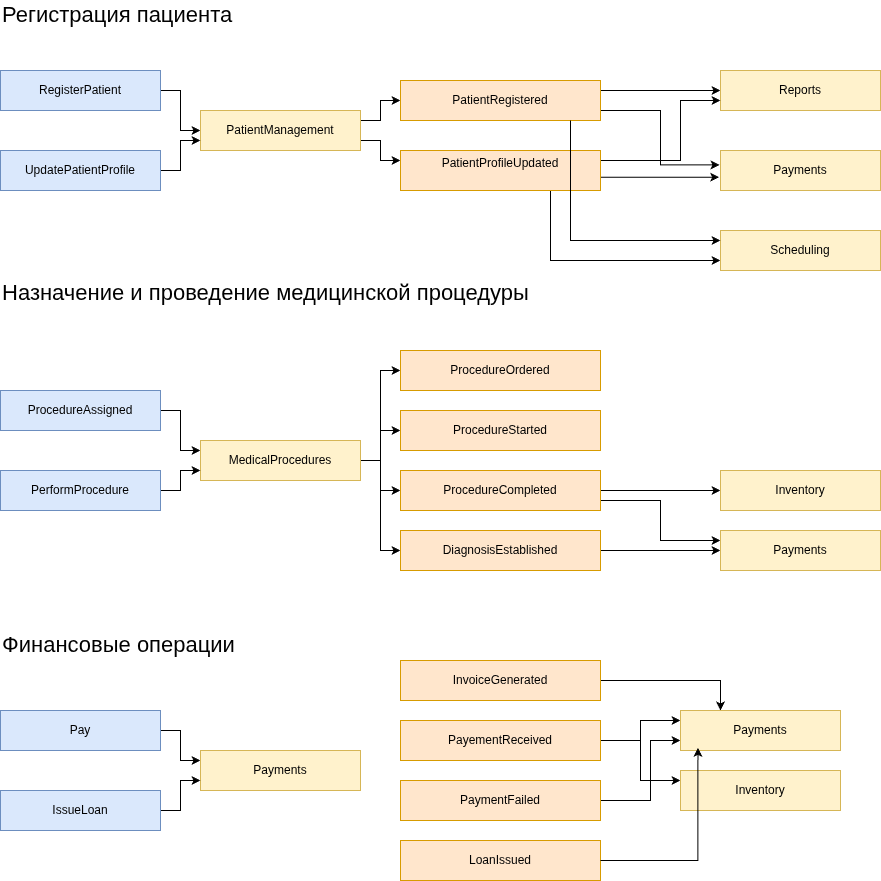
This is Task4Advanced/events.png from dbushenko/architecture-future_2_0, a draw.io export, as it was before one commit. Source tidied: cells renumbered, new cells last; positions are measured from the earlier drawing's top-left corner, leaving out a move shared by most shapes. The source it was exported from:
```xml
<mxGraphModel>
  <root>
    <mxCell id="0" />
    <mxCell id="1" parent="0" />
    <mxCell id="2" value="Регистрация пациента" style="text;html=1;whiteSpace=wrap;strokeColor=none;fillColor=none;align=left;verticalAlign=middle;rounded=0;fontSize=22;" parent="1" vertex="1">
      <mxGeometry width="330" height="30" as="geometry" />
    </mxCell>
    <mxCell id="3" style="edgeStyle=orthogonalEdgeStyle;rounded=0;jettySize=auto;html=1;entryX=0;entryY=0.5;entryDx=0;entryDy=0;" parent="1" edge="1" source="4" target="7">
      <mxGeometry relative="1" as="geometry" />
    </mxCell>
    <mxCell id="4" value="RegisterPatient" style="rounded=0;whiteSpace=wrap;html=1;fillColor=#dae8fc;strokeColor=#6c8ebf;" parent="1" vertex="1">
      <mxGeometry y="70" width="160" height="40" as="geometry" />
    </mxCell>
    <mxCell id="5" style="edgeStyle=orthogonalEdgeStyle;rounded=0;jettySize=auto;html=1;" parent="1" edge="1" source="7" target="10">
      <mxGeometry relative="1" as="geometry">
        <Array as="points">
          <mxPoint x="380" y="120" />
          <mxPoint x="380" y="100" />
        </Array>
      </mxGeometry>
    </mxCell>
    <mxCell id="6" style="edgeStyle=orthogonalEdgeStyle;rounded=0;jettySize=auto;html=1;entryX=0;entryY=0.25;entryDx=0;entryDy=0;" parent="1" edge="1" source="7" target="18">
      <mxGeometry relative="1" as="geometry">
        <Array as="points">
          <mxPoint x="380" y="140" />
          <mxPoint x="380" y="160" />
        </Array>
      </mxGeometry>
    </mxCell>
    <mxCell id="7" value="PatientManagement" style="rounded=0;whiteSpace=wrap;html=1;fillColor=#fff2cc;strokeColor=#d6b656;" parent="1" vertex="1">
      <mxGeometry x="200" y="110" width="160" height="40" as="geometry" />
    </mxCell>
    <mxCell id="8" style="edgeStyle=orthogonalEdgeStyle;rounded=0;jettySize=auto;html=1;entryX=0;entryY=0.5;entryDx=0;entryDy=0;" parent="1" edge="1" source="10" target="11">
      <mxGeometry relative="1" as="geometry">
        <Array as="points">
          <mxPoint x="690" y="90" />
          <mxPoint x="690" y="90" />
        </Array>
      </mxGeometry>
    </mxCell>
    <mxCell id="9" style="edgeStyle=orthogonalEdgeStyle;rounded=0;jettySize=auto;html=1;entryX=-0.006;entryY=0.36;entryDx=0;entryDy=0;entryPerimeter=0;" parent="1" edge="1" source="10" target="12">
      <mxGeometry relative="1" as="geometry">
        <Array as="points">
          <mxPoint x="660" y="110" />
          <mxPoint x="660" y="164" />
          <mxPoint x="719" y="164" />
        </Array>
      </mxGeometry>
    </mxCell>
    <mxCell id="10" value="PatientRegistered" style="rounded=0;whiteSpace=wrap;html=1;fillColor=#ffe6cc;strokeColor=#d79b00;" parent="1" vertex="1">
      <mxGeometry x="400" y="80" width="200" height="40" as="geometry" />
    </mxCell>
    <mxCell id="11" value="Reports" style="rounded=0;whiteSpace=wrap;html=1;fillColor=#fff2cc;strokeColor=#d6b656;" parent="1" vertex="1">
      <mxGeometry x="720" y="70" width="160" height="40" as="geometry" />
    </mxCell>
    <mxCell id="12" value="Payments" style="rounded=0;whiteSpace=wrap;html=1;fillColor=#fff2cc;strokeColor=#d6b656;" parent="1" vertex="1">
      <mxGeometry x="720" y="150" width="160" height="40" as="geometry" />
    </mxCell>
    <mxCell id="13" style="edgeStyle=orthogonalEdgeStyle;rounded=0;jettySize=auto;html=1;entryX=0;entryY=0.75;entryDx=0;entryDy=0;" parent="1" edge="1" source="14" target="7">
      <mxGeometry relative="1" as="geometry" />
    </mxCell>
    <mxCell id="14" value="UpdatePatientProfile" style="rounded=0;whiteSpace=wrap;html=1;fillColor=#dae8fc;strokeColor=#6c8ebf;" parent="1" vertex="1">
      <mxGeometry y="150" width="160" height="40" as="geometry" />
    </mxCell>
    <mxCell id="15" style="edgeStyle=orthogonalEdgeStyle;rounded=0;jettySize=auto;html=1;entryX=0;entryY=0.75;entryDx=0;entryDy=0;" parent="1" edge="1" source="18" target="11">
      <mxGeometry relative="1" as="geometry">
        <Array as="points">
          <mxPoint x="680" y="160" />
          <mxPoint x="680" y="100" />
        </Array>
      </mxGeometry>
    </mxCell>
    <mxCell id="16" style="edgeStyle=orthogonalEdgeStyle;rounded=0;jettySize=auto;html=1;entryX=-0.008;entryY=0.668;entryDx=0;entryDy=0;entryPerimeter=0;" parent="1" edge="1" source="18" target="12">
      <mxGeometry relative="1" as="geometry">
        <Array as="points">
          <mxPoint x="660" y="177" />
        </Array>
      </mxGeometry>
    </mxCell>
    <mxCell id="17" style="edgeStyle=orthogonalEdgeStyle;rounded=0;jettySize=auto;html=1;entryX=0;entryY=0.75;entryDx=0;entryDy=0;" parent="1" edge="1" source="18" target="27">
      <mxGeometry relative="1" as="geometry">
        <Array as="points">
          <mxPoint x="550" y="260" />
        </Array>
      </mxGeometry>
    </mxCell>
    <mxCell id="18" value="PatientProfileUpdated&lt;div&gt;&lt;br&gt;&lt;/div&gt;" style="rounded=0;whiteSpace=wrap;html=1;fillColor=#ffe6cc;strokeColor=#d79b00;" parent="1" vertex="1">
      <mxGeometry x="400" y="150" width="200" height="40" as="geometry" />
    </mxCell>
    <mxCell id="19" value="Назначение и проведение медицинской процедуры" style="text;html=1;whiteSpace=wrap;strokeColor=none;fillColor=none;align=left;verticalAlign=middle;rounded=0;fontSize=22;" parent="1" vertex="1">
      <mxGeometry y="278" width="540" height="30" as="geometry" />
    </mxCell>
    <mxCell id="20" style="edgeStyle=orthogonalEdgeStyle;rounded=0;jettySize=auto;html=1;entryX=0;entryY=0.25;entryDx=0;entryDy=0;" parent="1" edge="1" source="21" target="26">
      <mxGeometry relative="1" as="geometry" />
    </mxCell>
    <mxCell id="21" value="ProcedureAssigned" style="rounded=0;whiteSpace=wrap;html=1;fillColor=#dae8fc;strokeColor=#6c8ebf;" parent="1" vertex="1">
      <mxGeometry y="390" width="160" height="40" as="geometry" />
    </mxCell>
    <mxCell id="22" style="edgeStyle=orthogonalEdgeStyle;rounded=0;jettySize=auto;html=1;entryX=0;entryY=0.5;entryDx=0;entryDy=0;" parent="1" edge="1" source="26" target="29">
      <mxGeometry relative="1" as="geometry" />
    </mxCell>
    <mxCell id="23" style="edgeStyle=orthogonalEdgeStyle;rounded=0;jettySize=auto;html=1;entryX=0;entryY=0.5;entryDx=0;entryDy=0;" parent="1" edge="1" source="26" target="30">
      <mxGeometry relative="1" as="geometry" />
    </mxCell>
    <mxCell id="24" style="edgeStyle=orthogonalEdgeStyle;rounded=0;jettySize=auto;html=1;entryX=0;entryY=0.5;entryDx=0;entryDy=0;" parent="1" edge="1" source="26" target="33">
      <mxGeometry relative="1" as="geometry" />
    </mxCell>
    <mxCell id="25" style="edgeStyle=orthogonalEdgeStyle;rounded=0;jettySize=auto;html=1;entryX=0;entryY=0.5;entryDx=0;entryDy=0;" parent="1" edge="1" source="26" target="35">
      <mxGeometry relative="1" as="geometry" />
    </mxCell>
    <mxCell id="26" value="MedicalProcedures" style="rounded=0;whiteSpace=wrap;html=1;fillColor=#fff2cc;strokeColor=#d6b656;" parent="1" vertex="1">
      <mxGeometry x="200" y="440" width="160" height="40" as="geometry" />
    </mxCell>
    <mxCell id="27" value="Scheduling" style="rounded=0;whiteSpace=wrap;html=1;fillColor=#fff2cc;strokeColor=#d6b656;" parent="1" vertex="1">
      <mxGeometry x="720" y="230" width="160" height="40" as="geometry" />
    </mxCell>
    <mxCell id="28" style="edgeStyle=orthogonalEdgeStyle;rounded=0;jettySize=auto;html=1;entryX=0;entryY=0.25;entryDx=0;entryDy=0;" parent="1" edge="1" source="10" target="27">
      <mxGeometry relative="1" as="geometry">
        <Array as="points">
          <mxPoint x="570" y="240" />
        </Array>
      </mxGeometry>
    </mxCell>
    <mxCell id="29" value="ProcedureOrdered" style="rounded=0;whiteSpace=wrap;html=1;fillColor=#ffe6cc;strokeColor=#d79b00;" parent="1" vertex="1">
      <mxGeometry x="400" y="350" width="200" height="40" as="geometry" />
    </mxCell>
    <mxCell id="30" value="ProcedureStarted" style="rounded=0;whiteSpace=wrap;html=1;fillColor=#ffe6cc;strokeColor=#d79b00;" parent="1" vertex="1">
      <mxGeometry x="400" y="410" width="200" height="40" as="geometry" />
    </mxCell>
    <mxCell id="31" style="edgeStyle=orthogonalEdgeStyle;rounded=0;jettySize=auto;html=1;" parent="1" edge="1" source="33" target="39">
      <mxGeometry relative="1" as="geometry" />
    </mxCell>
    <mxCell id="32" style="edgeStyle=orthogonalEdgeStyle;rounded=0;jettySize=auto;html=1;entryX=0;entryY=0.25;entryDx=0;entryDy=0;" parent="1" edge="1" source="33" target="38">
      <mxGeometry relative="1" as="geometry">
        <Array as="points">
          <mxPoint x="660" y="500" />
          <mxPoint x="660" y="540" />
        </Array>
      </mxGeometry>
    </mxCell>
    <mxCell id="33" value="ProcedureCompleted" style="rounded=0;whiteSpace=wrap;html=1;fillColor=#ffe6cc;strokeColor=#d79b00;" parent="1" vertex="1">
      <mxGeometry x="400" y="470" width="200" height="40" as="geometry" />
    </mxCell>
    <mxCell id="34" style="edgeStyle=orthogonalEdgeStyle;rounded=0;jettySize=auto;html=1;entryX=0;entryY=0.5;entryDx=0;entryDy=0;" parent="1" edge="1" source="35" target="38">
      <mxGeometry relative="1" as="geometry" />
    </mxCell>
    <mxCell id="35" value="DiagnosisEstablished" style="rounded=0;whiteSpace=wrap;html=1;fillColor=#ffe6cc;strokeColor=#d79b00;" parent="1" vertex="1">
      <mxGeometry x="400" y="530" width="200" height="40" as="geometry" />
    </mxCell>
    <mxCell id="36" style="edgeStyle=orthogonalEdgeStyle;rounded=0;jettySize=auto;html=1;entryX=0;entryY=0.75;entryDx=0;entryDy=0;" parent="1" edge="1" source="37" target="26">
      <mxGeometry relative="1" as="geometry" />
    </mxCell>
    <mxCell id="37" value="PerformProcedure" style="rounded=0;whiteSpace=wrap;html=1;fillColor=#dae8fc;strokeColor=#6c8ebf;" parent="1" vertex="1">
      <mxGeometry y="470" width="160" height="40" as="geometry" />
    </mxCell>
    <mxCell id="38" value="Payments" style="rounded=0;whiteSpace=wrap;html=1;fillColor=#fff2cc;strokeColor=#d6b656;" parent="1" vertex="1">
      <mxGeometry x="720" y="530" width="160" height="40" as="geometry" />
    </mxCell>
    <mxCell id="39" value="Inventory" style="rounded=0;whiteSpace=wrap;html=1;fillColor=#fff2cc;strokeColor=#d6b656;" parent="1" vertex="1">
      <mxGeometry x="720" y="470" width="160" height="40" as="geometry" />
    </mxCell>
    <mxCell id="40" value="Финансовые операции" style="text;html=1;whiteSpace=wrap;strokeColor=none;fillColor=none;align=left;verticalAlign=middle;rounded=0;fontSize=22;" parent="1" vertex="1">
      <mxGeometry y="630" width="270" height="30" as="geometry" />
    </mxCell>
    <mxCell id="41" style="edgeStyle=orthogonalEdgeStyle;rounded=0;jettySize=auto;html=1;entryX=0;entryY=0.25;entryDx=0;entryDy=0;" parent="1" edge="1" source="42" target="43">
      <mxGeometry relative="1" as="geometry" />
    </mxCell>
    <mxCell id="42" value="Pay" style="rounded=0;whiteSpace=wrap;html=1;fillColor=#dae8fc;strokeColor=#6c8ebf;" parent="1" vertex="1">
      <mxGeometry y="710" width="160" height="40" as="geometry" />
    </mxCell>
    <mxCell id="43" value="Payments" style="rounded=0;whiteSpace=wrap;html=1;fillColor=#fff2cc;strokeColor=#d6b656;" parent="1" vertex="1">
      <mxGeometry x="200" y="750" width="160" height="40" as="geometry" />
    </mxCell>
    <mxCell id="44" style="edgeStyle=orthogonalEdgeStyle;rounded=0;jettySize=auto;html=1;entryX=0;entryY=0.75;entryDx=0;entryDy=0;" parent="1" edge="1" source="45" target="43">
      <mxGeometry relative="1" as="geometry" />
    </mxCell>
    <mxCell id="45" value="IssueLoan" style="rounded=0;whiteSpace=wrap;html=1;fillColor=#dae8fc;strokeColor=#6c8ebf;" parent="1" vertex="1">
      <mxGeometry y="790" width="160" height="40" as="geometry" />
    </mxCell>
    <mxCell id="46" style="edgeStyle=orthogonalEdgeStyle;rounded=0;jettySize=auto;html=1;entryX=0.25;entryY=0;entryDx=0;entryDy=0;" parent="1" edge="1" source="47" target="54">
      <mxGeometry relative="1" as="geometry" />
    </mxCell>
    <mxCell id="47" value="InvoiceGenerated" style="rounded=0;whiteSpace=wrap;html=1;fillColor=#ffe6cc;strokeColor=#d79b00;" parent="1" vertex="1">
      <mxGeometry x="400" y="660" width="200" height="40" as="geometry" />
    </mxCell>
    <mxCell id="48" style="edgeStyle=orthogonalEdgeStyle;rounded=0;jettySize=auto;html=1;entryX=0;entryY=0.25;entryDx=0;entryDy=0;" parent="1" edge="1" source="50" target="54">
      <mxGeometry relative="1" as="geometry" />
    </mxCell>
    <mxCell id="49" style="edgeStyle=orthogonalEdgeStyle;rounded=0;jettySize=auto;html=1;entryX=0;entryY=0.25;entryDx=0;entryDy=0;" parent="1" edge="1" source="50" target="55">
      <mxGeometry relative="1" as="geometry" />
    </mxCell>
    <mxCell id="50" value="PayementReceived" style="rounded=0;whiteSpace=wrap;html=1;fillColor=#ffe6cc;strokeColor=#d79b00;" parent="1" vertex="1">
      <mxGeometry x="400" y="720" width="200" height="40" as="geometry" />
    </mxCell>
    <mxCell id="51" style="edgeStyle=orthogonalEdgeStyle;rounded=0;jettySize=auto;html=1;entryX=0;entryY=0.75;entryDx=0;entryDy=0;" parent="1" edge="1" source="52" target="54">
      <mxGeometry relative="1" as="geometry">
        <Array as="points">
          <mxPoint x="650" y="800" />
          <mxPoint x="650" y="740" />
        </Array>
      </mxGeometry>
    </mxCell>
    <mxCell id="52" value="PaymentFailed" style="rounded=0;whiteSpace=wrap;html=1;fillColor=#ffe6cc;strokeColor=#d79b00;" parent="1" vertex="1">
      <mxGeometry x="400" y="780" width="200" height="40" as="geometry" />
    </mxCell>
    <mxCell id="53" value="LoanIssued" style="rounded=0;whiteSpace=wrap;html=1;fillColor=#ffe6cc;strokeColor=#d79b00;" parent="1" vertex="1">
      <mxGeometry x="400" y="840" width="200" height="40" as="geometry" />
    </mxCell>
    <mxCell id="54" value="Payments" style="rounded=0;whiteSpace=wrap;html=1;fillColor=#fff2cc;strokeColor=#d6b656;" parent="1" vertex="1">
      <mxGeometry x="680" y="710" width="160" height="40" as="geometry" />
    </mxCell>
    <mxCell id="55" value="Inventory" style="rounded=0;whiteSpace=wrap;html=1;fillColor=#fff2cc;strokeColor=#d6b656;" parent="1" vertex="1">
      <mxGeometry x="680" y="770" width="160" height="40" as="geometry" />
    </mxCell>
    <mxCell id="56" style="edgeStyle=orthogonalEdgeStyle;rounded=0;jettySize=auto;html=1;entryX=0.109;entryY=0.932;entryDx=0;entryDy=0;entryPerimeter=0;" parent="1" edge="1" source="53" target="54">
      <mxGeometry relative="1" as="geometry" />
    </mxCell>
  </root>
</mxGraphModel>
```
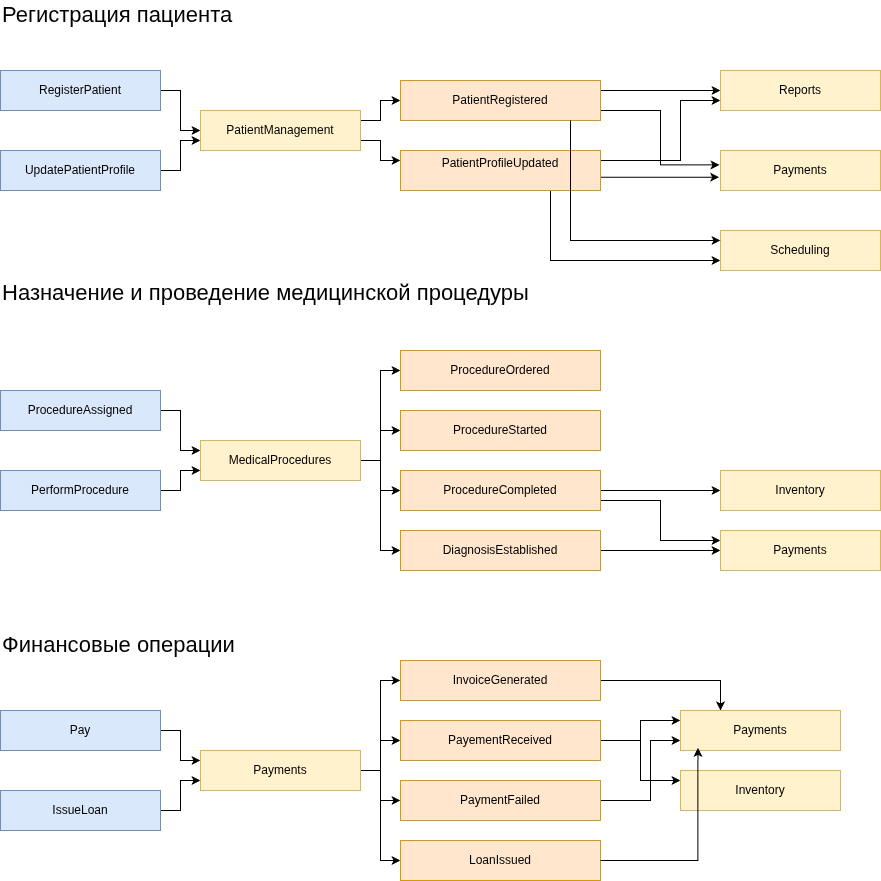
The same file after the commit.

Commit message:
updated events diagram

Change to the diagram source:
```diff
@@ -168,6 +168,18 @@
     <mxCell id="42" value="Pay" style="rounded=0;whiteSpace=wrap;html=1;fillColor=#dae8fc;strokeColor=#6c8ebf;" parent="1" vertex="1">
       <mxGeometry y="710" width="160" height="40" as="geometry" />
     </mxCell>
+    <mxCell id="57" style="edgeStyle=orthogonalEdgeStyle;rounded=0;jettySize=auto;html=1;entryX=0;entryY=0.5;entryDx=0;entryDy=0;" parent="1" edge="1" source="43" target="47">
+      <mxGeometry relative="1" as="geometry" />
+    </mxCell>
+    <mxCell id="58" style="edgeStyle=orthogonalEdgeStyle;rounded=0;jettySize=auto;html=1;entryX=0;entryY=0.5;entryDx=0;entryDy=0;" parent="1" edge="1" source="43" target="50">
+      <mxGeometry relative="1" as="geometry" />
+    </mxCell>
+    <mxCell id="59" style="edgeStyle=orthogonalEdgeStyle;rounded=0;jettySize=auto;html=1;entryX=0;entryY=0.5;entryDx=0;entryDy=0;" parent="1" edge="1" source="43" target="52">
+      <mxGeometry relative="1" as="geometry" />
+    </mxCell>
+    <mxCell id="60" style="edgeStyle=orthogonalEdgeStyle;rounded=0;jettySize=auto;html=1;entryX=0;entryY=0.5;entryDx=0;entryDy=0;" parent="1" edge="1" source="43" target="53">
+      <mxGeometry relative="1" as="geometry" />
+    </mxCell>
     <mxCell id="43" value="Payments" style="rounded=0;whiteSpace=wrap;html=1;fillColor=#fff2cc;strokeColor=#d6b656;" parent="1" vertex="1">
       <mxGeometry x="200" y="750" width="160" height="40" as="geometry" />
     </mxCell>
```
